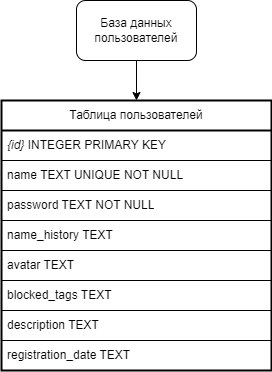
Above: server/doc/source/images/users.drawio.png in abnormalize0/DailyTeleFrog (draw.io), before the change. Source tidied: cells renumbered, new cells last; positions are measured from the earlier drawing's top-left corner, leaving out a move shared by most shapes.
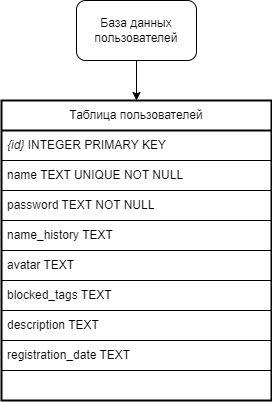
The same file after the commit.

What changed in the source:
```diff
@@ -9,7 +9,7 @@
       <mxGeometry x="75" width="120" height="60" as="geometry" />
     </mxCell>
     <mxCell id="4" value="Таблица пользователей" style="swimlane;fontStyle=0;horizontal=1;startSize=30;whiteSpace=wrap;html=1;swimlaneLine=1;glass=0;strokeWidth=2;" parent="1" vertex="1">
-      <mxGeometry y="100" width="270" height="270" as="geometry" />
+      <mxGeometry y="100" width="270" height="300" as="geometry" />
     </mxCell>
     <mxCell id="5" value="&lt;i&gt;{id}&lt;/i&gt; INTEGER PRIMARY KEY" style="text;strokeColor=default;fillColor=none;align=left;verticalAlign=middle;spacingLeft=4;spacingRight=4;overflow=hidden;whiteSpace=wrap;html=1;labelBorderColor=none;" parent="4" vertex="1">
       <mxGeometry y="30" width="270" height="30" as="geometry" />
@@ -35,5 +35,8 @@
     <mxCell id="12" value="registration_date TEXT" style="text;strokeColor=default;fillColor=none;align=left;verticalAlign=middle;spacingLeft=4;spacingRight=4;overflow=hidden;whiteSpace=wrap;html=1;" parent="4" vertex="1">
       <mxGeometry y="240" width="270" height="30" as="geometry" />
     </mxCell>
+    <mxCell id="13" style="text;strokeColor=default;fillColor=none;align=left;verticalAlign=middle;spacingLeft=4;spacingRight=4;overflow=hidden;whiteSpace=wrap;html=1;" parent="4" vertex="1">
+      <mxGeometry y="270" width="270" height="30" as="geometry" />
+    </mxCell>
   </root>
 </mxGraphModel>
```
